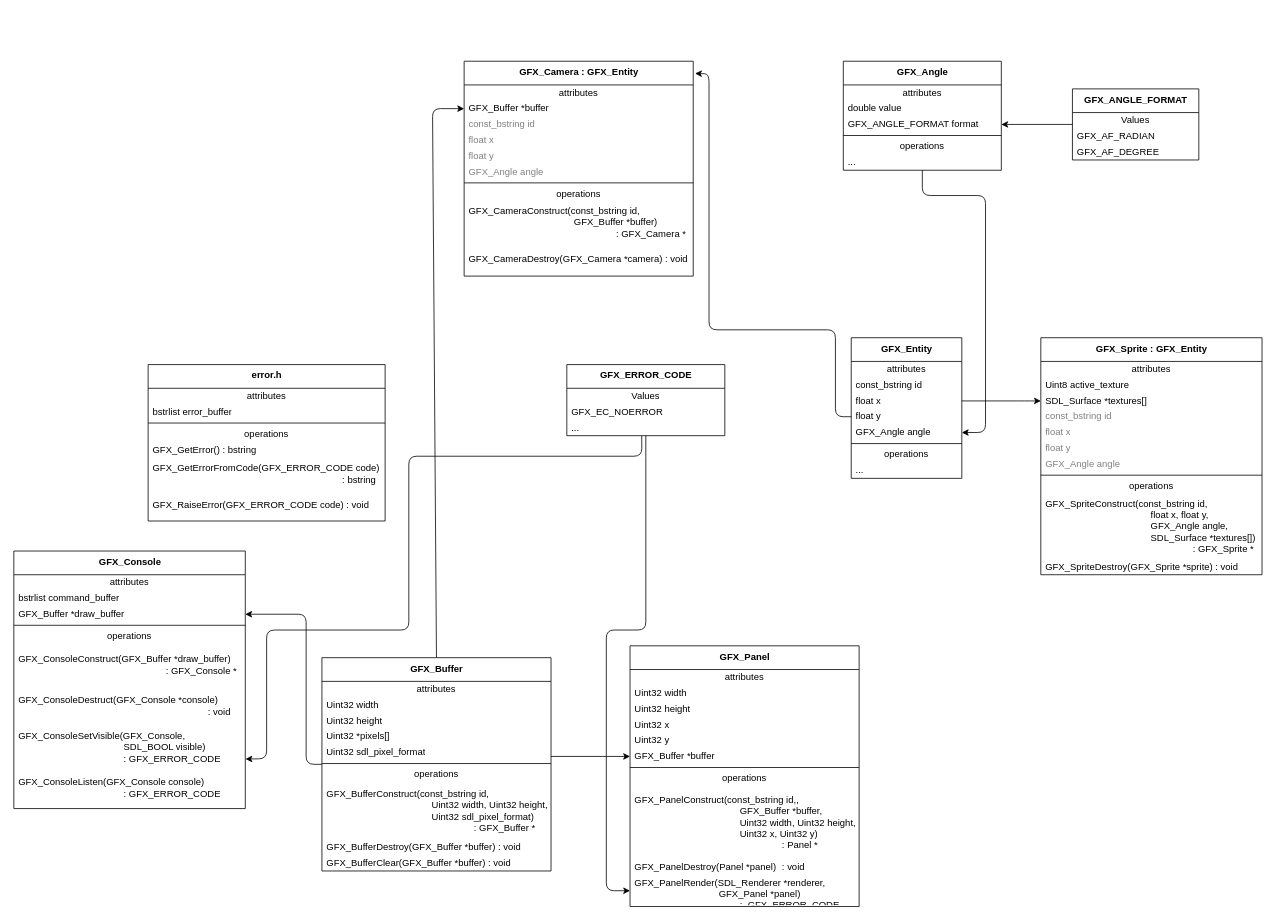
The draw.io diagram grafx.drawio in jamesdolan16/grafx, before the edit. Source tidied: cells renumbered, new cells numbered last; positions are measured from the earlier drawing's top-left corner, leaving out a move shared by most shapes. Both pictures are drawn from the tidied source at 79%, with x=0, y=0 at pixel (13, 61).
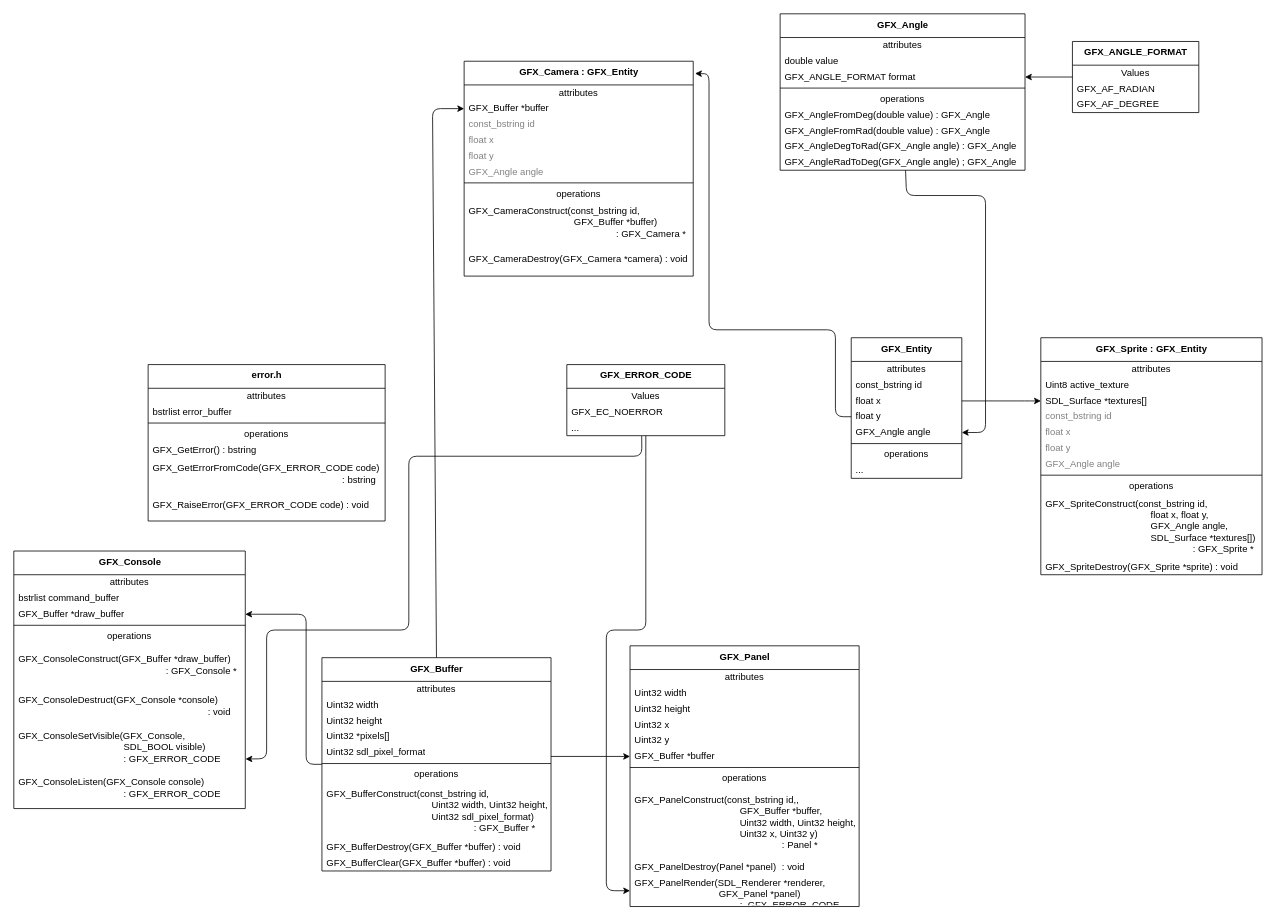
After the change.

Commit message (it also covers changes not shown here):
Implemented Angle and tests.

The change refers to these unchanged cells:
```xml
<mxCell id="32" value="GFX_Angle angle" style="text;html=1;strokeColor=none;fillColor=none;align=left;verticalAlign=middle;spacingLeft=4;spacingRight=4;overflow=hidden;points=[[0,0.5],[1,0.5]];portConstraint=eastwest;" parent="27" vertex="1">
  <mxGeometry y="110" width="140" height="20" as="geometry" />
</mxCell>
```

The edit, as a diff of the source:
```diff
@@
     <mxCell id="85" style="edgeStyle=none;html=1;entryX=1;entryY=0.5;entryDx=0;entryDy=0;" parent="1" edge="1" source="86" target="32">
       <mxGeometry relative="1" as="geometry">
         <Array as="points">
-          <mxPoint x="1150" y="170" />
+          <mxPoint x="1130" y="170" />
           <mxPoint x="1230" y="170" />
           <mxPoint x="1230" y="470" />
         </Array>
       </mxGeometry>
     </mxCell>
     <mxCell id="86" value="&lt;b&gt;GFX_Angle&lt;/b&gt;" style="swimlane;fontStyle=0;align=center;verticalAlign=top;horizontal=1;startSize=30;html=1;" parent="1" vertex="1">
-      <mxGeometry x="1050" width="200" height="138" as="geometry" />
+      <mxGeometry x="970" y="-60" width="310" height="198" as="geometry" />
     </mxCell>
     <mxCell id="87" value="attributes" style="text;html=1;strokeColor=none;fillColor=none;align=center;verticalAlign=middle;spacingLeft=4;spacingRight=4;overflow=hidden;" parent="86" vertex="1">
-      <mxGeometry y="30" width="200" height="20" as="geometry" />
+      <mxGeometry y="30" width="310" height="20" as="geometry" />
     </mxCell>
     <mxCell id="88" value="double value" style="text;html=1;strokeColor=none;fillColor=none;align=left;verticalAlign=middle;spacingLeft=4;spacingRight=4;overflow=hidden;" parent="86" vertex="1">
-      <mxGeometry y="50" width="200" height="20" as="geometry" />
+      <mxGeometry y="50" width="310" height="20" as="geometry" />
     </mxCell>
     <mxCell id="89" value="GFX_ANGLE_FORMAT format" style="text;html=1;strokeColor=none;fillColor=none;align=left;verticalAlign=middle;spacingLeft=4;spacingRight=4;overflow=hidden;points=[[0,0.5],[1,0.5]];portConstraint=eastwest;" parent="86" vertex="1">
-      <mxGeometry y="70" width="200" height="20" as="geometry" />
+      <mxGeometry y="70" width="310" height="20" as="geometry" />
     </mxCell>
     <mxCell id="90" style="line;strokeWidth=1;fillColor=none;align=left;verticalAlign=middle;spacingTop=-1;spacingLeft=3;spacingRight=3;labelPosition=right;" parent="86" vertex="1">
-      <mxGeometry y="90" width="200" height="8" as="geometry" />
+      <mxGeometry y="90" width="310" height="8" as="geometry" />
     </mxCell>
     <mxCell id="91" value="operations" style="text;html=1;strokeColor=none;fillColor=none;align=center;verticalAlign=middle;spacingLeft=4;spacingRight=4;overflow=hidden;" parent="86" vertex="1">
-      <mxGeometry y="98" width="200" height="20" as="geometry" />
+      <mxGeometry y="98" width="310" height="20" as="geometry" />
     </mxCell>
-    <mxCell id="92" value="..." style="text;html=1;strokeColor=none;fillColor=none;align=left;verticalAlign=middle;spacingLeft=4;spacingRight=4;overflow=hidden;" parent="86" vertex="1">
-      <mxGeometry y="118" width="200" height="20" as="geometry" />
+    <mxCell id="92" value="GFX_AngleFromDeg(double value) : GFX_Angle" style="text;html=1;strokeColor=none;fillColor=none;align=left;verticalAlign=middle;spacingLeft=4;spacingRight=4;overflow=hidden;" parent="86" vertex="1">
+      <mxGeometry y="118" width="310" height="20" as="geometry" />
     </mxCell>
+    <mxCell id="99" value="GFX_AngleFromRad(double value) : GFX_Angle" style="text;html=1;strokeColor=none;fillColor=none;align=left;verticalAlign=middle;spacingLeft=4;spacingRight=4;overflow=hidden;" parent="86" vertex="1">
+      <mxGeometry y="138" width="310" height="20" as="geometry" />
+    </mxCell>
+    <mxCell id="100" value="GFX_AngleDegToRad(GFX_Angle angle) : GFX_Angle" style="text;html=1;strokeColor=none;fillColor=none;align=left;verticalAlign=middle;spacingLeft=4;spacingRight=4;overflow=hidden;" parent="86" vertex="1">
+      <mxGeometry y="158" width="310" height="20" as="geometry" />
+    </mxCell>
+    <mxCell id="101" value="GFX_AngleRadToDeg(GFX_Angle angle) ; GFX_Angle" style="text;html=1;strokeColor=none;fillColor=none;align=left;verticalAlign=middle;spacingLeft=4;spacingRight=4;overflow=hidden;" parent="86" vertex="1">
+      <mxGeometry y="178" width="310" height="20" as="geometry" />
+    </mxCell>
@@
     <mxCell id="94" value="&lt;b&gt;GFX_ANGLE_FORMAT&lt;/b&gt;" style="swimlane;fontStyle=0;align=center;verticalAlign=top;horizontal=1;startSize=30;html=1;" parent="1" vertex="1">
-      <mxGeometry x="1340" y="35" width="160" height="90" as="geometry" />
+      <mxGeometry x="1340" y="-25" width="160" height="90" as="geometry" />
     </mxCell>
```
